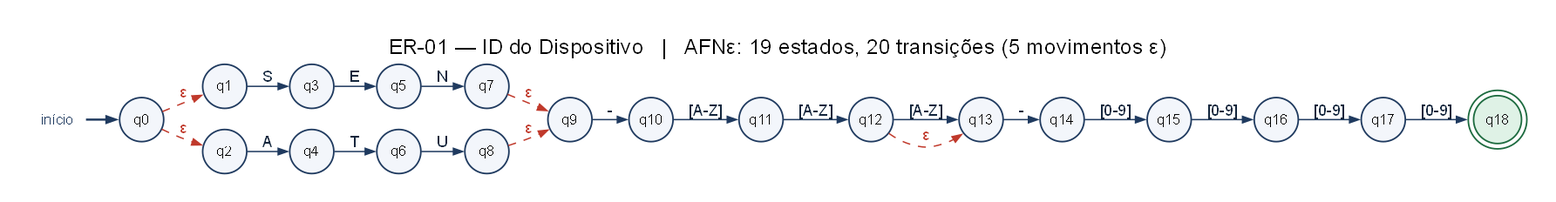
Before: automatos/diagramas/ER-01.png, a diagram exported from Graphviz (cauebarroso/Auditor-de-sensores-industriais-com-express-es-regulares). Its source is kept beside it as automatos/diagramas/ER-01.dot. The source it was exported from:
```dot
digraph "ER-01" {
  rankdir=LR;
  graph [fontname="Helvetica", fontsize=16, nodesep=0.22, ranksep=0.32, pad=0.3, labelloc=t, bgcolor="white", label="ER-01 — ID do Dispositivo   |   AFNε: 19 estados, 20 transições (5 movimentos ε)"];
  node [shape=circle, fontname="Helvetica", fontsize=11, width=0.46, fixedsize=true, style=filled, fillcolor="#f3f6fb", color="#1f3a5f", penwidth=1.2];
  edge [fontname="Helvetica", fontsize=12, color="#1f3a5f", fontcolor="#13263d", arrowsize=0.7];
  inicio [shape=none, label="início", width=0.6, fontsize=11, fontcolor="#1f3a5f", style=""];
  inicio -> q0 [penwidth=1.6];
  q18 [shape=doublecircle, fillcolor="#dff2e6", color="#1d6b3f", width=0.5];
  q0 -> q1 [label="ε", style=dashed, color="#c0392b", fontcolor="#c0392b"];
  q0 -> q2 [label="ε", style=dashed, color="#c0392b", fontcolor="#c0392b"];
  q1 -> q3 [label="S"];
  q2 -> q4 [label="A"];
  q3 -> q5 [label="E"];
  q4 -> q6 [label="T"];
  q5 -> q7 [label="N"];
  q6 -> q8 [label="U"];
  q7 -> q9 [label="ε", style=dashed, color="#c0392b", fontcolor="#c0392b"];
  q8 -> q9 [label="ε", style=dashed, color="#c0392b", fontcolor="#c0392b"];
  q9 -> q10 [label="-"];
  q10 -> q11 [label="[A-Z]"];
  q11 -> q12 [label="[A-Z]"];
  q12 -> q13 [label="[A-Z]"];
  q12 -> q13 [label="ε", style=dashed, color="#c0392b", fontcolor="#c0392b"];
  q13 -> q14 [label="-"];
  q14 -> q15 [label="[0-9]"];
  q15 -> q16 [label="[0-9]"];
  q16 -> q17 [label="[0-9]"];
  q17 -> q18 [label="[0-9]"];
}
```
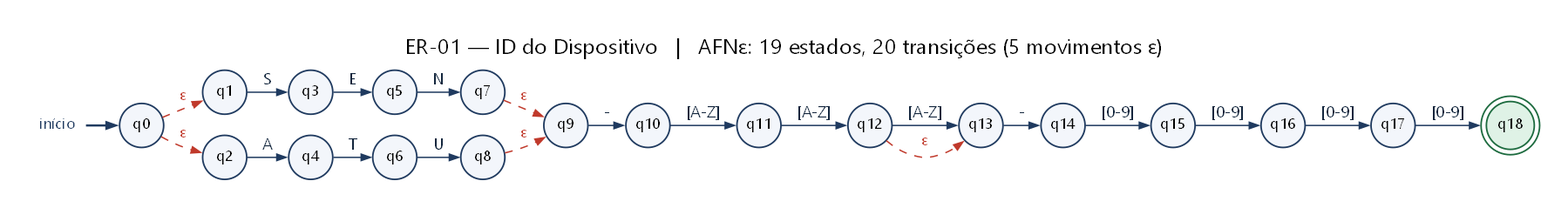
After the commit.

Diff of the diagram source:
```diff
@@ -1,11 +1,30 @@
 digraph "ER-01" {
   rankdir=LR;
-  graph [fontname="Helvetica", fontsize=16, nodesep=0.22, ranksep=0.32, pad=0.3, labelloc=t, bgcolor="white", label="ER-01 — ID do Dispositivo   |   AFNε: 19 estados, 20 transições (5 movimentos ε)"];
-  node [shape=circle, fontname="Helvetica", fontsize=11, width=0.46, fixedsize=true, style=filled, fillcolor="#f3f6fb", color="#1f3a5f", penwidth=1.2];
-  edge [fontname="Helvetica", fontsize=12, color="#1f3a5f", fontcolor="#13263d", arrowsize=0.7];
-  inicio [shape=none, label="início", width=0.6, fontsize=11, fontcolor="#1f3a5f", style=""];
+  graph [fontname="Segoe UI", fontsize=16, nodesep=0.22, ranksep=0.32, pad=0.3, labelloc=t, bgcolor="white", label="ER-01 — ID do Dispositivo   |   AFNε: 19 estados, 20 transições (5 movimentos ε)"];
+  node [shape=circle, fontname="Segoe UI", fontsize=11, width=0.46, fixedsize=true, style=filled, fillcolor="#f3f6fb", color="#1f3a5f", penwidth=1.2];
+  edge [fontname="Segoe UI", fontsize=12, color="#1f3a5f", fontcolor="#13263d", arrowsize=0.7];
+  inicio [shape=none, width=0.6, fontsize=11, fontcolor="#1f3a5f", style="", label="início"];
   inicio -> q0 [penwidth=1.6];
   q18 [shape=doublecircle, fillcolor="#dff2e6", color="#1d6b3f", width=0.5];
+  q0;
+  q1;
+  q2;
+  q3;
+  q4;
+  q5;
+  q6;
+  q7;
+  q8;
+  q9;
+  q10;
+  q11;
+  q12;
+  q13;
+  q14;
+  q15;
+  q16;
+  q17;
+  q18;
   q0 -> q1 [label="ε", style=dashed, color="#c0392b", fontcolor="#c0392b"];
   q0 -> q2 [label="ε", style=dashed, color="#c0392b", fontcolor="#c0392b"];
   q1 -> q3 [label="S"];
```
